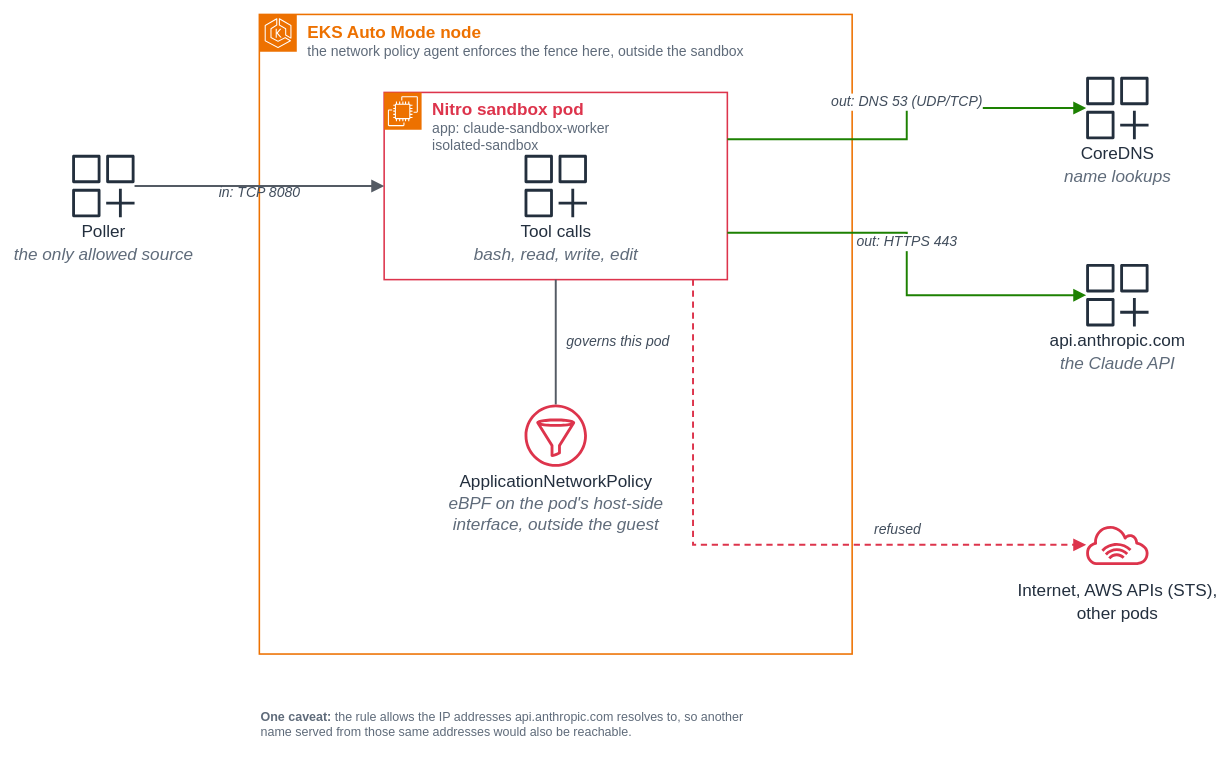
Above: examples/ai-agents/claude-managed-agents/images/claude-managed-agents-fence.drawio in aws-samples/sample-eks-nitro-sandbox (draw.io), before the change. Source tidied: cells renumbered, new cells numbered last; positions are measured from the earlier drawing's top-left corner, leaving out a move shared by most shapes. Both pictures are drawn from the tidied source at 78%, with x=0, y=0 at pixel (72, 14).
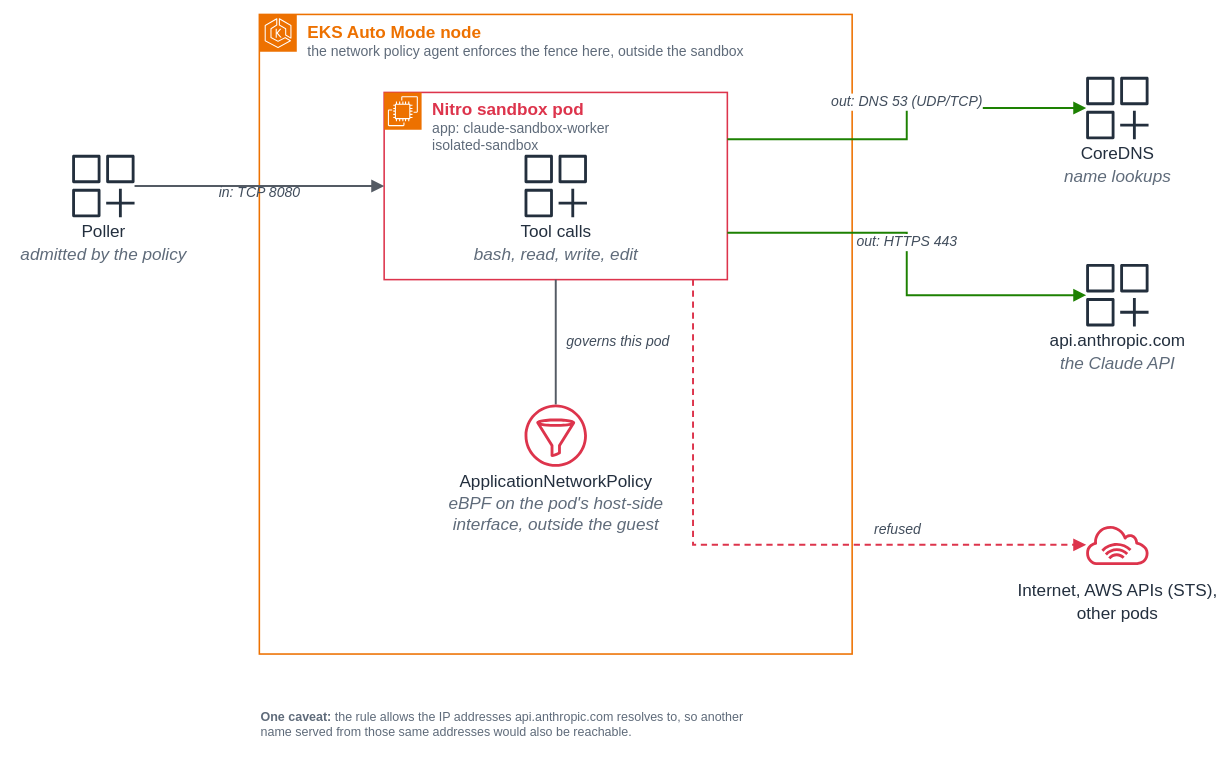
After the change.

Commit message (it also covers changes not shown here):
Drop the remaining "only inbound source" / "nothing else" absolutes

Diff of the diagram source:
```diff
@@
-    <mxCell id="9" value="&lt;div style=&quot;line-height:28.80px&quot;&gt;Poller&lt;/div&gt;&lt;div style=&quot;line-height:27.20px&quot;&gt;&lt;i&gt;&lt;span style=&quot;color:#5F6B7A&quot;&gt;the only allowed source&lt;/span&gt;&lt;/i&gt;&lt;/div&gt;" style="sketch=0;outlineConnect=0;gradientColor=none;fillColor=#232F3D;strokeColor=none;dashed=0;verticalLabelPosition=bottom;verticalAlign=top;align=center;html=1;shape=mxgraph.aws4.generic_application;spacing=0;fontSize=22;fontColor=#232F3E;fontStyle=0;fontFamily=Arial,Helvetica,sans-serif;" parent="1" vertex="1">
+    <mxCell id="9" value="&lt;div style=&quot;line-height:28.80px&quot;&gt;Poller&lt;/div&gt;&lt;div style=&quot;line-height:27.20px&quot;&gt;&lt;i&gt;&lt;span style=&quot;color:#5F6B7A&quot;&gt;admitted by the policy&lt;/span&gt;&lt;/i&gt;&lt;/div&gt;" style="sketch=0;outlineConnect=0;gradientColor=none;fillColor=#232F3D;strokeColor=none;dashed=0;verticalLabelPosition=bottom;verticalAlign=top;align=center;html=1;shape=mxgraph.aws4.generic_application;spacing=0;fontSize=22;fontColor=#232F3E;fontStyle=0;fontFamily=Arial,Helvetica,sans-serif;" parent="1" vertex="1">
       <mxGeometry y="180" width="80" height="80" as="geometry" />
     </mxCell>
```
